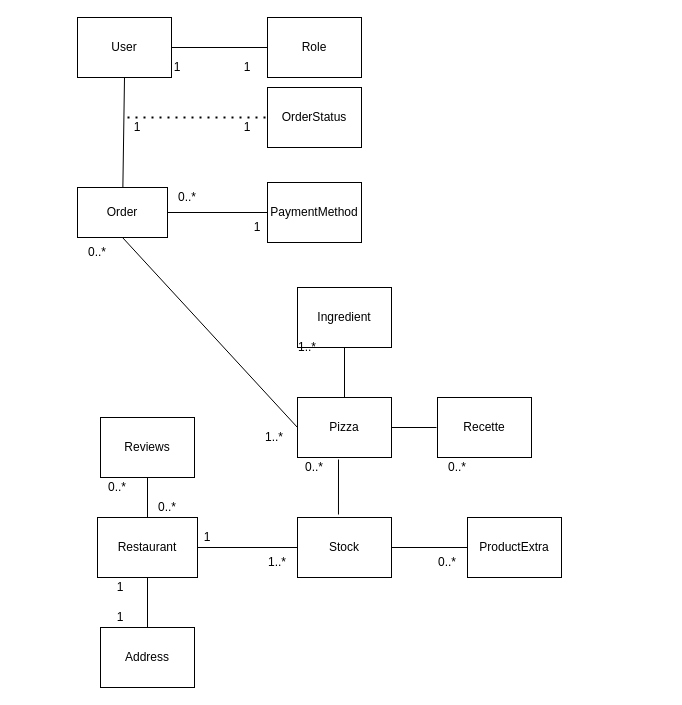
Above: livrables/diagram_class_p6.drawio in gaetangr/P6_oc_pizza (draw.io), before the change. Source tidied: cells renumbered, new cells numbered last; positions are measured from the earlier drawing's top-left corner, leaving out a move shared by most shapes. Both pictures are drawn from the tidied source at 100%, with x=0, y=0 at pixel (77, 17).
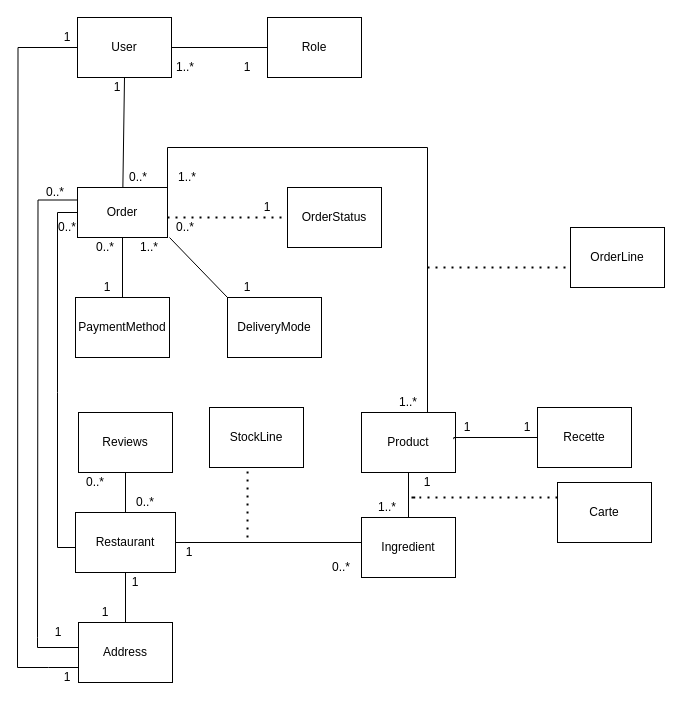
The same page after the edit.

The change refers to these unchanged cells:
```xml
<mxCell id="6" value="Order" style="rounded=0;whiteSpace=wrap;html=1;" parent="1" vertex="1">
  <mxGeometry y="170" width="90" height="50" as="geometry" />
</mxCell>
<mxCell id="11" value="User" style="rounded=0;whiteSpace=wrap;html=1;" parent="1" vertex="1">
  <mxGeometry width="94" height="60" as="geometry" />
</mxCell>
```

Diff of the diagram source:
```diff
@@
-    <mxCell id="2" value="Pizza" style="rounded=0;whiteSpace=wrap;html=1;" parent="1" vertex="1">
-      <mxGeometry x="220" y="380" width="94" height="60" as="geometry" />
+    <mxCell id="2" value="Ingredient" style="rounded=0;whiteSpace=wrap;html=1;" parent="1" vertex="1">
+      <mxGeometry x="284" y="500" width="94" height="60" as="geometry" />
     </mxCell>
+    <mxCell id="45" style="edgeStyle=orthogonalEdgeStyle;rounded=0;orthogonalLoop=1;jettySize=auto;html=1;exitX=0;exitY=0.25;exitDx=0;exitDy=0;endArrow=none;endFill=0;strokeColor=#000000;" parent="1" edge="1">
+      <mxGeometry relative="1" as="geometry">
+        <mxPoint x="23" y="630" as="sourcePoint" />
+        <mxPoint x="-40" y="630" as="targetPoint" />
+      </mxGeometry>
+    </mxCell>
+    <mxCell id="46" style="edgeStyle=orthogonalEdgeStyle;rounded=0;jettySize=auto;html=1;exitX=0;exitY=0.75;exitDx=0;exitDy=0;endArrow=none;endFill=0;strokeColor=#000000;" parent="1" edge="1" source="3">
+      <mxGeometry relative="1" as="geometry">
+        <mxPoint x="-60" y="650" as="targetPoint" />
+      </mxGeometry>
+    </mxCell>
     <mxCell id="3" value="Address" style="rounded=0;whiteSpace=wrap;html=1;" parent="1" vertex="1">
-      <mxGeometry x="23" y="610" width="94" height="60" as="geometry" />
+      <mxGeometry x="1" y="605" width="94" height="60" as="geometry" />
     </mxCell>
+    <mxCell id="47" style="edgeStyle=orthogonalEdgeStyle;rounded=0;jettySize=auto;html=1;exitX=0;exitY=0.5;exitDx=0;exitDy=0;endArrow=none;endFill=0;strokeColor=#000000;" parent="1" edge="1" source="4">
+      <mxGeometry relative="1" as="geometry">
+        <mxPoint x="-20" y="530" as="targetPoint" />
+        <Array as="points">
+          <mxPoint x="-2" y="530" />
+        </Array>
+      </mxGeometry>
+    </mxCell>
+    <mxCell id="48" style="edgeStyle=orthogonalEdgeStyle;rounded=0;jettySize=auto;html=1;exitX=1;exitY=0.5;exitDx=0;exitDy=0;entryX=0;entryY=0.5;entryDx=0;entryDy=0;endArrow=none;endFill=0;strokeColor=#000000;" parent="1" edge="1" source="4" target="2">
+      <mxGeometry relative="1" as="geometry">
+        <Array as="points">
+          <mxPoint x="284" y="525" />
+        </Array>
+      </mxGeometry>
+    </mxCell>
     <mxCell id="4" value="Restaurant&lt;br&gt;" style="rounded=0;whiteSpace=wrap;html=1;" parent="1" vertex="1">
-      <mxGeometry x="20" y="500" width="100" height="60" as="geometry" />
+      <mxGeometry x="-2" y="495" width="100" height="60" as="geometry" />
     </mxCell>
-    <mxCell id="5" value="ProductExtra" style="rounded=0;whiteSpace=wrap;html=1;" parent="1" vertex="1">
-      <mxGeometry x="390" y="500" width="94" height="60" as="geometry" />
-    </mxCell>
+    <mxCell id="49" style="edgeStyle=orthogonalEdgeStyle;rounded=0;jettySize=auto;html=1;exitX=0;exitY=0.5;exitDx=0;exitDy=0;endArrow=none;endFill=0;strokeColor=#000000;" parent="1" edge="1" source="6">
+      <mxGeometry relative="1" as="geometry">
+        <mxPoint x="-20" y="530" as="targetPoint" />
+      </mxGeometry>
+    </mxCell>
+    <mxCell id="50" style="edgeStyle=orthogonalEdgeStyle;rounded=0;jettySize=auto;html=1;exitX=0;exitY=0.25;exitDx=0;exitDy=0;endArrow=none;endFill=0;strokeColor=#000000;" parent="1" edge="1" source="6">
+      <mxGeometry relative="1" as="geometry">
+        <mxPoint x="-40" y="620" as="targetPoint" />
+      </mxGeometry>
+    </mxCell>
@@
     <mxCell id="7" value="OrderStatus" style="rounded=0;whiteSpace=wrap;html=1;" parent="1" vertex="1">
-      <mxGeometry x="190" y="70" width="94" height="60" as="geometry" />
+      <mxGeometry x="210" y="170" width="94" height="60" as="geometry" />
     </mxCell>
@@
+    <mxCell id="51" style="edgeStyle=orthogonalEdgeStyle;rounded=0;jettySize=auto;html=1;exitX=0.5;exitY=1;exitDx=0;exitDy=0;entryX=0.5;entryY=0;entryDx=0;entryDy=0;endArrow=none;endFill=0;strokeColor=#000000;" parent="1" edge="1" source="9" target="2">
+      <mxGeometry relative="1" as="geometry" />
+    </mxCell>
+    <mxCell id="52" style="edgeStyle=orthogonalEdgeStyle;rounded=0;jettySize=auto;html=1;exitX=0.5;exitY=0;exitDx=0;exitDy=0;endArrow=none;endFill=0;strokeColor=#000000;" parent="1" edge="1" source="9">
+      <mxGeometry relative="1" as="geometry">
+        <mxPoint x="90" y="130" as="targetPoint" />
+        <Array as="points">
+          <mxPoint x="350" y="395" />
+          <mxPoint x="350" y="130" />
+        </Array>
+      </mxGeometry>
+    </mxCell>
-    <mxCell id="9" value="Ingredient" style="rounded=0;whiteSpace=wrap;html=1;" parent="1" vertex="1">
-      <mxGeometry x="220" y="270" width="94" height="60" as="geometry" />
+    <mxCell id="9" value="Product" style="rounded=0;whiteSpace=wrap;html=1;" parent="1" vertex="1">
+      <mxGeometry x="284" y="395" width="94" height="60" as="geometry" />
     </mxCell>
@@
+    <mxCell id="53" style="edgeStyle=orthogonalEdgeStyle;rounded=0;jettySize=auto;html=1;endArrow=none;endFill=0;exitX=0;exitY=0.5;exitDx=0;exitDy=0;" parent="1" edge="1" source="11">
+      <mxGeometry relative="1" as="geometry">
+        <mxPoint x="-60" y="650" as="targetPoint" />
+      </mxGeometry>
+    </mxCell>
@@
     <mxCell id="12" value="PaymentMethod" style="rounded=0;whiteSpace=wrap;html=1;" parent="1" vertex="1">
-      <mxGeometry x="190" y="165" width="94" height="60" as="geometry" />
+      <mxGeometry x="-2" y="280" width="94" height="60" as="geometry" />
     </mxCell>
     <mxCell id="13" value="Reviews" style="rounded=0;whiteSpace=wrap;html=1;" parent="1" vertex="1">
-      <mxGeometry x="23" y="400" width="94" height="60" as="geometry" />
+      <mxGeometry x="1" y="395" width="94" height="60" as="geometry" />
     </mxCell>
     <mxCell id="14" value="Recette" style="rounded=0;whiteSpace=wrap;html=1;" parent="1" vertex="1">
-      <mxGeometry x="360" y="380" width="94" height="60" as="geometry" />
+      <mxGeometry x="460" y="390" width="94" height="60" as="geometry" />
     </mxCell>
-    <mxCell id="15" value="Stock" style="rounded=0;whiteSpace=wrap;html=1;" parent="1" vertex="1">
-      <mxGeometry x="220" y="500" width="94" height="60" as="geometry" />
+    <mxCell id="15" value="Carte" style="rounded=0;whiteSpace=wrap;html=1;" parent="1" vertex="1">
+      <mxGeometry x="480" y="465" width="94" height="60" as="geometry" />
     </mxCell>
-    <mxCell id="16" style="endArrow=none;html=1;strokeColor=#000000;exitX=1;exitY=0.5;exitDx=0;exitDy=0;entryX=0;entryY=0.5;entryDx=0;entryDy=0;" parent="1" edge="1" source="4" target="15">
-      <mxGeometry relative="1" as="geometry" />
-    </mxCell>
@@
     <mxCell id="20" style="endArrow=none;dashed=1;html=1;dashPattern=1 3;strokeWidth=2;entryX=0;entryY=0.5;entryDx=0;entryDy=0;" parent="1" edge="1" target="7">
       <mxGeometry relative="1" as="geometry">
-        <mxPoint x="50" y="100" as="sourcePoint" />
+        <mxPoint x="90" y="200" as="sourcePoint" />
       </mxGeometry>
     </mxCell>
-    <mxCell id="21" style="endArrow=none;html=1;strokeColor=#000000;exitX=1;exitY=0.5;exitDx=0;exitDy=0;entryX=0;entryY=0.5;entryDx=0;entryDy=0;" parent="1" edge="1" source="6" target="12">
+    <mxCell id="21" style="endArrow=none;html=1;strokeColor=#000000;exitX=0.5;exitY=1;exitDx=0;exitDy=0;entryX=0.5;entryY=0;entryDx=0;entryDy=0;" parent="1" edge="1" source="6" target="12">
       <mxGeometry relative="1" as="geometry" />
     </mxCell>
-    <mxCell id="22" style="endArrow=none;html=1;strokeColor=#000000;exitX=0.5;exitY=0;exitDx=0;exitDy=0;entryX=0.5;entryY=1;entryDx=0;entryDy=0;" parent="1" edge="1" source="2" target="9">
-      <mxGeometry relative="1" as="geometry" />
-    </mxCell>
-    <mxCell id="23" style="endArrow=none;html=1;strokeColor=#000000;exitX=1;exitY=0.5;exitDx=0;exitDy=0;" parent="1" edge="1" source="2">
-      <mxGeometry relative="1" as="geometry">
-        <mxPoint x="359" y="410" as="targetPoint" />
-      </mxGeometry>
-    </mxCell>
-    <mxCell id="24" style="endArrow=none;html=1;strokeColor=#000000;entryX=0;entryY=0.5;entryDx=0;entryDy=0;exitX=1;exitY=0.5;exitDx=0;exitDy=0;" parent="1" edge="1" source="15" target="5">
-      <mxGeometry relative="1" as="geometry" />
-    </mxCell>
-    <mxCell id="25" style="endArrow=none;html=1;strokeColor=#000000;entryX=0.436;entryY=-0.05;entryDx=0;entryDy=0;entryPerimeter=0;" parent="1" edge="1" target="15">
-      <mxGeometry relative="1" as="geometry">
-        <mxPoint x="261" y="442" as="sourcePoint" />
-      </mxGeometry>
-    </mxCell>
-    <mxCell id="26" value="1" style="text;html=1;strokeColor=none;fillColor=none;align=center;verticalAlign=middle;whiteSpace=wrap;rounded=0;" parent="1" vertex="1">
-      <mxGeometry x="40" y="100" width="40" height="20" as="geometry" />
-    </mxCell>
-    <mxCell id="27" value="1" style="text;html=1;strokeColor=none;fillColor=none;align=center;verticalAlign=middle;whiteSpace=wrap;rounded=0;" parent="1" vertex="1">
-      <mxGeometry x="150" y="100" width="40" height="20" as="geometry" />
-    </mxCell>
     <mxCell id="28" value="0..*" style="text;html=1;strokeColor=none;fillColor=none;align=center;verticalAlign=middle;whiteSpace=wrap;rounded=0;" parent="1" vertex="1">
-      <mxGeometry x="90" y="170" width="40" height="20" as="geometry" />
+      <mxGeometry x="88" y="200" width="40" height="20" as="geometry" />
     </mxCell>
-    <mxCell id="29" value="1..*" style="text;html=1;strokeColor=none;fillColor=none;align=center;verticalAlign=middle;whiteSpace=wrap;rounded=0;" parent="1" vertex="1">
-      <mxGeometry x="210" y="320" width="40" height="20" as="geometry" />
-    </mxCell>
     <mxCell id="30" value="1" style="text;html=1;strokeColor=none;fillColor=none;align=center;verticalAlign=middle;whiteSpace=wrap;rounded=0;" parent="1" vertex="1">
-      <mxGeometry x="23" y="560" width="40" height="20" as="geometry" />
+      <mxGeometry x="38" y="555" width="40" height="20" as="geometry" />
     </mxCell>
     <mxCell id="31" value="1" style="text;html=1;strokeColor=none;fillColor=none;align=center;verticalAlign=middle;whiteSpace=wrap;rounded=0;" parent="1" vertex="1">
-      <mxGeometry x="23" y="590" width="40" height="20" as="geometry" />
+      <mxGeometry x="8" y="585" width="40" height="20" as="geometry" />
     </mxCell>
     <mxCell id="32" value="0..*" style="text;html=1;strokeColor=none;fillColor=none;align=center;verticalAlign=middle;whiteSpace=wrap;rounded=0;" parent="1" vertex="1">
-      <mxGeometry x="20" y="460" width="40" height="20" as="geometry" />
+      <mxGeometry x="-2" y="455" width="40" height="20" as="geometry" />
     </mxCell>
     <mxCell id="33" value="0..*" style="text;html=1;strokeColor=none;fillColor=none;align=center;verticalAlign=middle;whiteSpace=wrap;rounded=0;" parent="1" vertex="1">
-      <mxGeometry x="70" y="480" width="40" height="20" as="geometry" />
+      <mxGeometry x="48" y="475" width="40" height="20" as="geometry" />
     </mxCell>
-    <mxCell id="34" value="1..*" style="text;html=1;strokeColor=none;fillColor=none;align=center;verticalAlign=middle;whiteSpace=wrap;rounded=0;" parent="1" vertex="1">
-      <mxGeometry x="180" y="535" width="40" height="20" as="geometry" />
-    </mxCell>
-    <mxCell id="35" value="1" style="text;html=1;strokeColor=none;fillColor=none;align=center;verticalAlign=middle;whiteSpace=wrap;rounded=0;" parent="1" vertex="1">
-      <mxGeometry x="110" y="510" width="40" height="20" as="geometry" />
-    </mxCell>
-    <mxCell id="36" value="0..*" style="text;html=1;strokeColor=none;fillColor=none;align=center;verticalAlign=middle;whiteSpace=wrap;rounded=0;" parent="1" vertex="1">
-      <mxGeometry x="350" y="535" width="40" height="20" as="geometry" />
-    </mxCell>
-    <mxCell id="37" value="0..*" style="text;html=1;strokeColor=none;fillColor=none;align=center;verticalAlign=middle;whiteSpace=wrap;rounded=0;" parent="1" vertex="1">
-      <mxGeometry x="217" y="440" width="40" height="20" as="geometry" />
-    </mxCell>
-    <mxCell id="38" value="0..*" style="text;html=1;strokeColor=none;fillColor=none;align=center;verticalAlign=middle;whiteSpace=wrap;rounded=0;" parent="1" vertex="1">
-      <mxGeometry x="360" y="440" width="40" height="20" as="geometry" />
-    </mxCell>
     <mxCell id="39" value="1" style="text;html=1;strokeColor=none;fillColor=none;align=center;verticalAlign=middle;whiteSpace=wrap;rounded=0;" parent="1" vertex="1">
-      <mxGeometry x="160" y="200" width="40" height="20" as="geometry" />
+      <mxGeometry x="10" y="260" width="40" height="20" as="geometry" />
     </mxCell>
-    <mxCell id="40" value="1" style="text;html=1;strokeColor=none;fillColor=none;align=center;verticalAlign=middle;whiteSpace=wrap;rounded=0;" parent="1" vertex="1">
-      <mxGeometry x="80" y="40" width="40" height="20" as="geometry" />
+    <mxCell id="40" value="1..*" style="text;html=1;strokeColor=none;fillColor=none;align=center;verticalAlign=middle;whiteSpace=wrap;rounded=0;" parent="1" vertex="1">
+      <mxGeometry x="88" y="40" width="40" height="20" as="geometry" />
     </mxCell>
@@
-    <mxCell id="42" style="endArrow=none;html=1;strokeColor=#000000;entryX=0.5;entryY=1;entryDx=0;entryDy=0;exitX=0;exitY=0.5;exitDx=0;exitDy=0;" parent="1" edge="1" source="2" target="6">
-      <mxGeometry relative="1" as="geometry" />
-    </mxCell>
-    <mxCell id="43" value="0..*" style="text;html=1;strokeColor=none;fillColor=none;align=center;verticalAlign=middle;whiteSpace=wrap;rounded=0;" parent="1" vertex="1">
-      <mxGeometry y="225" width="40" height="20" as="geometry" />
-    </mxCell>
-    <mxCell id="44" value="1..*" style="text;html=1;strokeColor=none;fillColor=none;align=center;verticalAlign=middle;whiteSpace=wrap;rounded=0;" parent="1" vertex="1">
-      <mxGeometry x="177" y="410" width="40" height="20" as="geometry" />
-    </mxCell>
+    <mxCell id="54" value="1" style="text;html=1;strokeColor=none;fillColor=none;align=center;verticalAlign=middle;whiteSpace=wrap;rounded=0;" parent="1" vertex="1">
+      <mxGeometry x="20" y="60" width="40" height="20" as="geometry" />
+    </mxCell>
+    <mxCell id="55" value="0..*" style="text;html=1;strokeColor=none;fillColor=none;align=center;verticalAlign=middle;whiteSpace=wrap;rounded=0;" parent="1" vertex="1">
+      <mxGeometry x="41" y="150" width="40" height="20" as="geometry" />
+    </mxCell>
+    <mxCell id="56" style="endArrow=none;dashed=1;html=1;dashPattern=1 3;strokeWidth=2;exitX=0;exitY=0.25;exitDx=0;exitDy=0;" parent="1" edge="1" source="15">
+      <mxGeometry relative="1" as="geometry">
+        <mxPoint x="340" y="480" as="targetPoint" />
+        <Array as="points">
+          <mxPoint x="340" y="480" />
+          <mxPoint x="330" y="480" />
+        </Array>
+      </mxGeometry>
+    </mxCell>
+    <mxCell id="57" style="endArrow=none;html=1;strokeColor=#000000;" parent="1" edge="1">
+      <mxGeometry relative="1" as="geometry">
+        <mxPoint x="-40" y="620" as="sourcePoint" />
+        <mxPoint x="-40" y="630" as="targetPoint" />
+      </mxGeometry>
+    </mxCell>
+    <mxCell id="58" value="1" style="text;html=1;strokeColor=none;fillColor=none;align=center;verticalAlign=middle;whiteSpace=wrap;rounded=0;" parent="1" vertex="1">
+      <mxGeometry x="430" y="400" width="40" height="20" as="geometry" />
+    </mxCell>
+    <mxCell id="59" value="1..*" style="text;html=1;strokeColor=none;fillColor=none;align=center;verticalAlign=middle;whiteSpace=wrap;rounded=0;" parent="1" vertex="1">
+      <mxGeometry x="290" y="480" width="40" height="20" as="geometry" />
+    </mxCell>
+    <mxCell id="60" value="1" style="text;html=1;strokeColor=none;fillColor=none;align=center;verticalAlign=middle;whiteSpace=wrap;rounded=0;" parent="1" vertex="1">
+      <mxGeometry x="330" y="455" width="40" height="20" as="geometry" />
+    </mxCell>
+    <mxCell id="61" style="edgeStyle=orthogonalEdgeStyle;rounded=0;jettySize=auto;html=1;exitX=0.157;exitY=1.083;exitDx=0;exitDy=0;entryX=0;entryY=0.5;entryDx=0;entryDy=0;endArrow=none;endFill=0;strokeColor=#000000;exitPerimeter=0;" parent="1" edge="1" source="62" target="14">
+      <mxGeometry relative="1" as="geometry">
+        <Array as="points">
+          <mxPoint x="376" y="420" />
+        </Array>
+      </mxGeometry>
+    </mxCell>
+    <mxCell id="62" value="1" style="text;html=1;strokeColor=none;fillColor=none;align=center;verticalAlign=middle;whiteSpace=wrap;rounded=0;" parent="1" vertex="1">
+      <mxGeometry x="370" y="400" width="40" height="20" as="geometry" />
+    </mxCell>
+    <mxCell id="63" value="1" style="text;html=1;strokeColor=none;fillColor=none;align=center;verticalAlign=middle;whiteSpace=wrap;rounded=0;" parent="1" vertex="1">
+      <mxGeometry x="-30" y="650" width="40" height="20" as="geometry" />
+    </mxCell>
+    <mxCell id="64" value="1" style="text;html=1;strokeColor=none;fillColor=none;align=center;verticalAlign=middle;whiteSpace=wrap;rounded=0;" parent="1" vertex="1">
+      <mxGeometry x="-30" y="10" width="40" height="20" as="geometry" />
+    </mxCell>
+    <mxCell id="65" value="1" style="text;html=1;strokeColor=none;fillColor=none;align=center;verticalAlign=middle;whiteSpace=wrap;rounded=0;" parent="1" vertex="1">
+      <mxGeometry x="-39" y="605" width="40" height="20" as="geometry" />
+    </mxCell>
+    <mxCell id="66" value="0..*" style="text;html=1;strokeColor=none;fillColor=none;align=center;verticalAlign=middle;whiteSpace=wrap;rounded=0;" parent="1" vertex="1">
+      <mxGeometry x="-42" y="165" width="40" height="20" as="geometry" />
+    </mxCell>
+    <mxCell id="67" value="1..*" style="text;html=1;strokeColor=none;fillColor=none;align=center;verticalAlign=middle;whiteSpace=wrap;rounded=0;" parent="1" vertex="1">
+      <mxGeometry x="52" y="220" width="40" height="20" as="geometry" />
+    </mxCell>
+    <mxCell id="68" value="0..*" style="text;html=1;strokeColor=none;fillColor=none;align=center;verticalAlign=middle;whiteSpace=wrap;rounded=0;" parent="1" vertex="1">
+      <mxGeometry x="244" y="540" width="40" height="20" as="geometry" />
+    </mxCell>
+    <mxCell id="69" value="0..*" style="text;html=1;strokeColor=none;fillColor=none;align=center;verticalAlign=middle;whiteSpace=wrap;rounded=0;" parent="1" vertex="1">
+      <mxGeometry x="-30" y="200" width="40" height="20" as="geometry" />
+    </mxCell>
+    <mxCell id="70" value="1" style="text;html=1;strokeColor=none;fillColor=none;align=center;verticalAlign=middle;whiteSpace=wrap;rounded=0;" parent="1" vertex="1">
+      <mxGeometry x="92" y="525" width="40" height="20" as="geometry" />
+    </mxCell>
+    <mxCell id="71" value="1" style="text;html=1;strokeColor=none;fillColor=none;align=center;verticalAlign=middle;whiteSpace=wrap;rounded=0;" parent="1" vertex="1">
+      <mxGeometry x="170" y="180" width="40" height="20" as="geometry" />
+    </mxCell>
+    <mxCell id="72" value="DeliveryMode" style="rounded=0;whiteSpace=wrap;html=1;" parent="1" vertex="1">
+      <mxGeometry x="150" y="280" width="94" height="60" as="geometry" />
+    </mxCell>
+    <mxCell id="73" value="StockLine" style="rounded=0;whiteSpace=wrap;html=1;" parent="1" vertex="1">
+      <mxGeometry x="132" y="390" width="94" height="60" as="geometry" />
+    </mxCell>
+    <mxCell id="74" style="endArrow=none;dashed=1;html=1;dashPattern=1 3;strokeWidth=2;entryX=0.405;entryY=1.021;entryDx=0;entryDy=0;entryPerimeter=0;" parent="1" edge="1" target="73">
+      <mxGeometry relative="1" as="geometry">
+        <mxPoint x="170" y="520" as="sourcePoint" />
+      </mxGeometry>
+    </mxCell>
+    <mxCell id="75" style="endArrow=none;html=1;strokeColor=#000000;exitX=1;exitY=0;exitDx=0;exitDy=0;" parent="1" edge="1" source="6">
+      <mxGeometry relative="1" as="geometry">
+        <mxPoint x="90" y="130" as="targetPoint" />
+      </mxGeometry>
+    </mxCell>
+    <mxCell id="76" value="OrderLine" style="rounded=0;whiteSpace=wrap;html=1;" parent="1" vertex="1">
+      <mxGeometry x="493" y="210" width="94" height="60" as="geometry" />
+    </mxCell>
+    <mxCell id="77" style="endArrow=none;dashed=1;html=1;dashPattern=1 3;strokeWidth=2;" parent="1" edge="1">
+      <mxGeometry relative="1" as="geometry">
+        <mxPoint x="350" y="250" as="sourcePoint" />
+        <mxPoint x="490" y="250" as="targetPoint" />
+      </mxGeometry>
+    </mxCell>
+    <mxCell id="78" style="endArrow=none;html=1;strokeColor=#000000;exitX=1;exitY=0;exitDx=0;exitDy=0;entryX=0;entryY=0;entryDx=0;entryDy=0;" parent="1" edge="1" source="67" target="72">
+      <mxGeometry relative="1" as="geometry" />
+    </mxCell>
+    <mxCell id="79" value="1" style="text;html=1;strokeColor=none;fillColor=none;align=center;verticalAlign=middle;whiteSpace=wrap;rounded=0;" parent="1" vertex="1">
+      <mxGeometry x="150" y="260" width="40" height="20" as="geometry" />
+    </mxCell>
+    <mxCell id="80" value="0..*" style="text;html=1;strokeColor=none;fillColor=none;align=center;verticalAlign=middle;whiteSpace=wrap;rounded=0;" parent="1" vertex="1">
+      <mxGeometry x="8" y="220" width="40" height="20" as="geometry" />
+    </mxCell>
+    <mxCell id="81" value="1..*" style="text;html=1;strokeColor=none;fillColor=none;align=center;verticalAlign=middle;whiteSpace=wrap;rounded=0;" parent="1" vertex="1">
+      <mxGeometry x="90" y="150" width="40" height="20" as="geometry" />
+    </mxCell>
+    <mxCell id="82" value="1..*" style="text;html=1;strokeColor=none;fillColor=none;align=center;verticalAlign=middle;whiteSpace=wrap;rounded=0;" parent="1" vertex="1">
+      <mxGeometry x="311" y="375" width="40" height="20" as="geometry" />
+    </mxCell>
```
